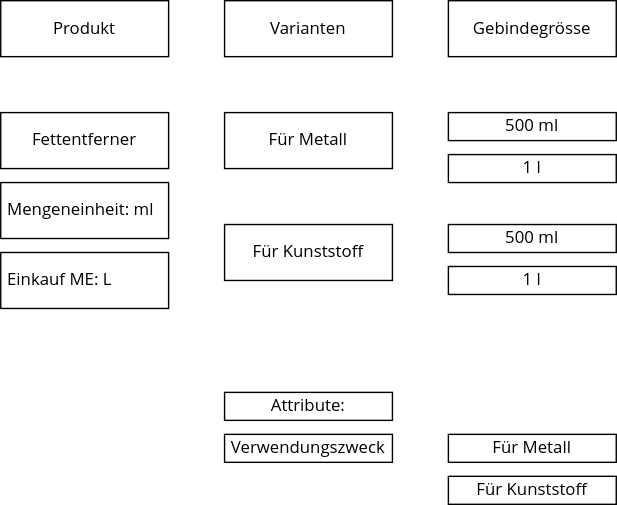
Mint-System/Odoo-Wiki keeps this draw.io diagram as assets/Lager Produktverpackungen Prinzip.svg. Above is the earlier version. Source tidied: cells renumbered, new cells last; positions are measured from the earlier drawing's top-left corner, leaving out a move shared by most shapes.
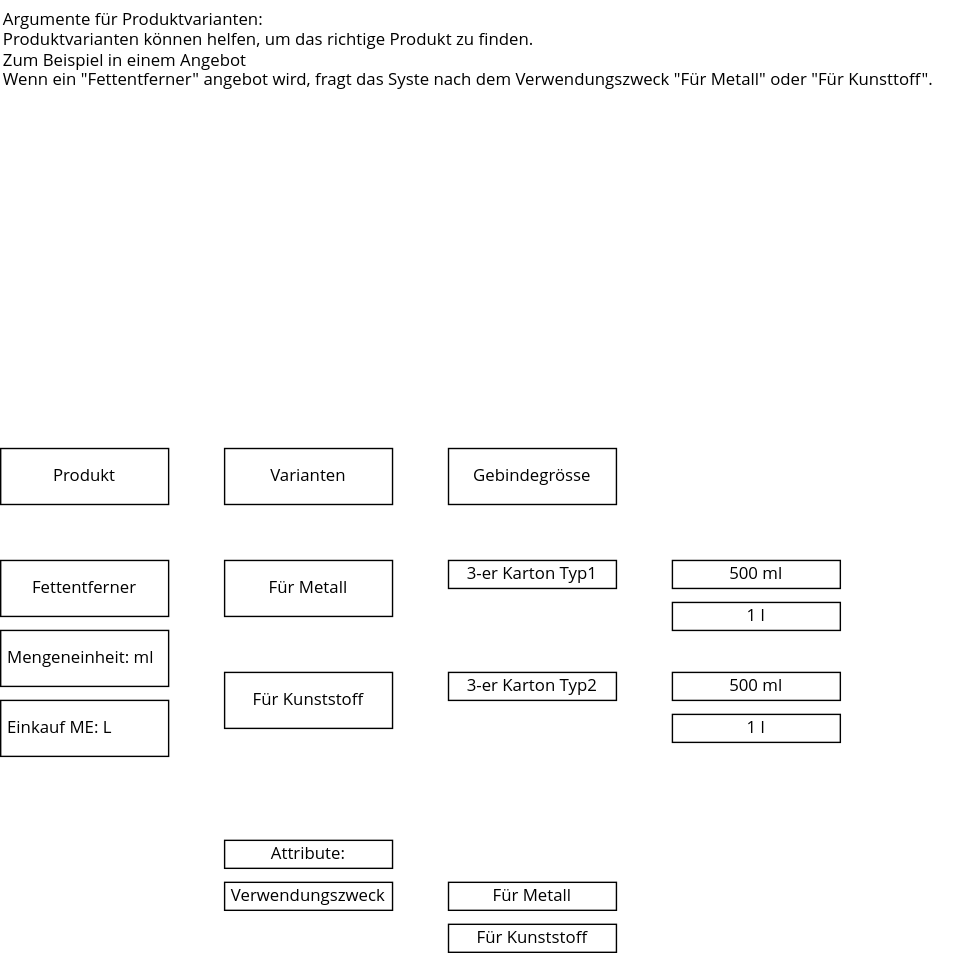
Above is the later version.

Diff of the diagram source:
```diff
@@ -5,12 +5,9 @@
     <mxCell id="2" value="Fettentferner" style="rounded=0;whiteSpace=wrap;html=1;fontFamily=Open Sans;spacingLeft=0;spacing=5;" parent="1" vertex="1">
       <mxGeometry y="80" width="120" height="40" as="geometry" />
     </mxCell>
-    <mxCell id="3" value="500 ml" style="rounded=0;whiteSpace=wrap;html=1;fontFamily=Open Sans;" parent="1" vertex="1">
+    <mxCell id="3" value="3-er Karton Typ1" style="rounded=0;whiteSpace=wrap;html=1;fontFamily=Open Sans;" parent="1" vertex="1">
       <mxGeometry x="320" y="80" width="120" height="20" as="geometry" />
     </mxCell>
-    <mxCell id="4" value="1 l" style="rounded=0;whiteSpace=wrap;html=1;fontFamily=Open Sans;" parent="1" vertex="1">
-      <mxGeometry x="320" y="110" width="120" height="20" as="geometry" />
-    </mxCell>
     <mxCell id="5" value="Für Metall" style="rounded=0;whiteSpace=wrap;html=1;fontFamily=Open Sans;" parent="1" vertex="1">
       <mxGeometry x="160" y="80" width="120" height="40" as="geometry" />
     </mxCell>
@@ -21,10 +18,10 @@
       <mxGeometry x="320" width="120" height="40" as="geometry" />
     </mxCell>
     <mxCell id="8" value="500 ml" style="rounded=0;whiteSpace=wrap;html=1;fontFamily=Open Sans;" parent="1" vertex="1">
-      <mxGeometry x="320" y="160" width="120" height="20" as="geometry" />
+      <mxGeometry x="480" y="160" width="120" height="20" as="geometry" />
     </mxCell>
     <mxCell id="9" value="1 l" style="rounded=0;whiteSpace=wrap;html=1;fontFamily=Open Sans;" parent="1" vertex="1">
-      <mxGeometry x="320" y="190" width="120" height="20" as="geometry" />
+      <mxGeometry x="480" y="190" width="120" height="20" as="geometry" />
     </mxCell>
     <mxCell id="10" value="Mengeneinheit: ml" style="rounded=0;whiteSpace=wrap;html=1;fontFamily=Open Sans;align=left;spacingLeft=0;spacing=5;" parent="1" vertex="1">
       <mxGeometry y="130" width="120" height="40" as="geometry" />
@@ -50,5 +47,17 @@
     <mxCell id="17" value="Für Kunststoff" style="rounded=0;whiteSpace=wrap;html=1;fontFamily=Open Sans;" parent="1" vertex="1">
       <mxGeometry x="320" y="340" width="120" height="20" as="geometry" />
     </mxCell>
+    <mxCell id="18" value="500 ml" style="rounded=0;whiteSpace=wrap;html=1;fontFamily=Open Sans;" parent="1" vertex="1">
+      <mxGeometry x="480" y="80" width="120" height="20" as="geometry" />
+    </mxCell>
+    <mxCell id="4" value="1 l" style="rounded=0;whiteSpace=wrap;html=1;fontFamily=Open Sans;" parent="1" vertex="1">
+      <mxGeometry x="480" y="110" width="120" height="20" as="geometry" />
+    </mxCell>
+    <mxCell id="19" value="3-er Karton Typ2" style="rounded=0;whiteSpace=wrap;html=1;fontFamily=Open Sans;" parent="1" vertex="1">
+      <mxGeometry x="320" y="160" width="120" height="20" as="geometry" />
+    </mxCell>
+    <mxCell id="20" value="Argumente für Produktvarianten:&lt;br&gt;Produktvarianten können helfen, um das richtige Produkt zu finden.&lt;br&gt;Zum Beispiel in einem Angebot&lt;br&gt;Wenn ein &quot;Fettentferner&quot; angebot wird, fragt das Syste nach dem Verwendungszweck &quot;Für Metall&quot; oder &quot;Für Kunsttoff&quot;." style="text;html=1;strokeColor=none;fillColor=none;align=left;verticalAlign=top;whiteSpace=wrap;rounded=0;fontFamily=Open Sans;horizontal=1;" parent="1" vertex="1">
+      <mxGeometry y="-320" width="680" height="100" as="geometry" />
+    </mxCell>
   </root>
 </mxGraphModel>
```
